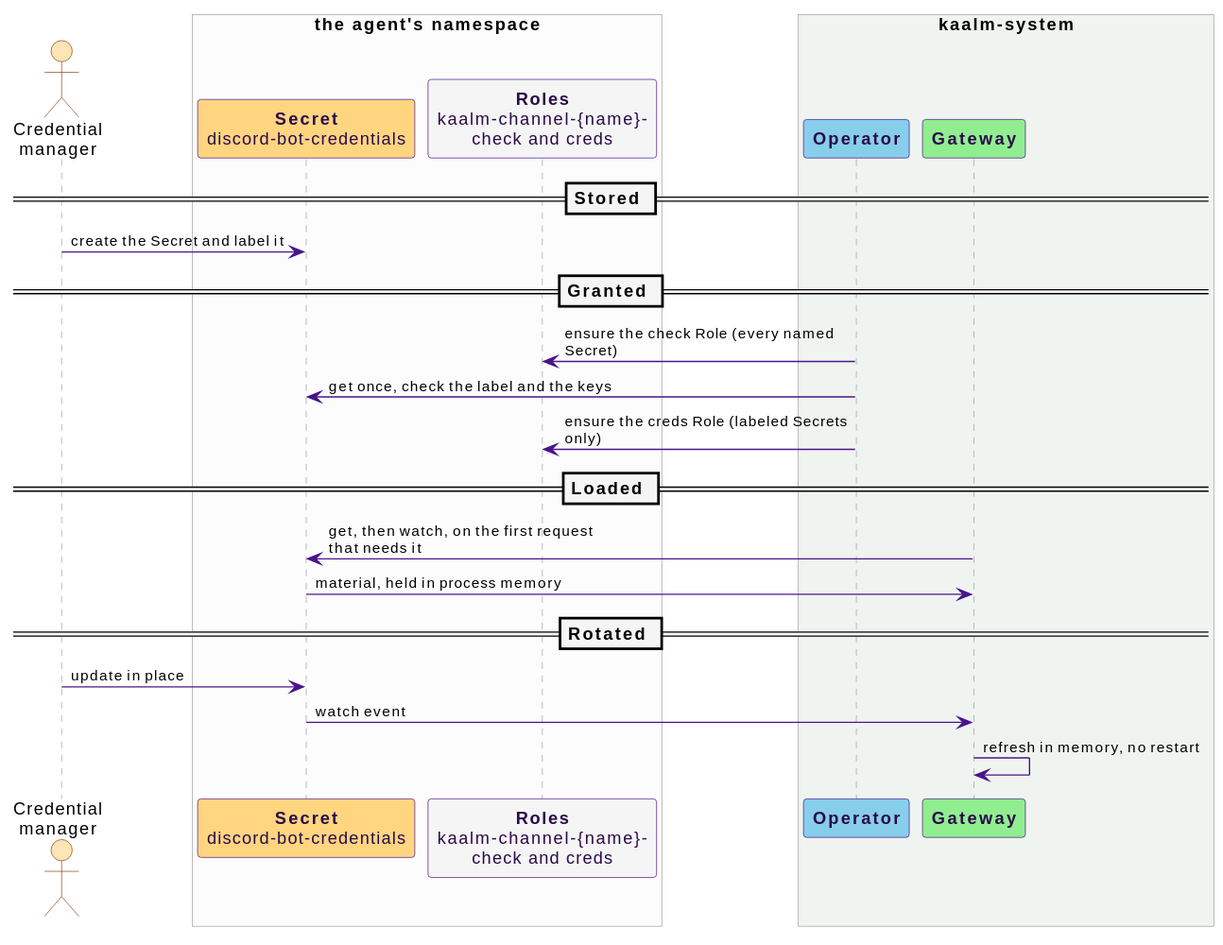
win07xp/kaalm keeps this PlantUML diagram as docs/src/diagrams/channel-credential-grant.svg. Above is the earlier version.
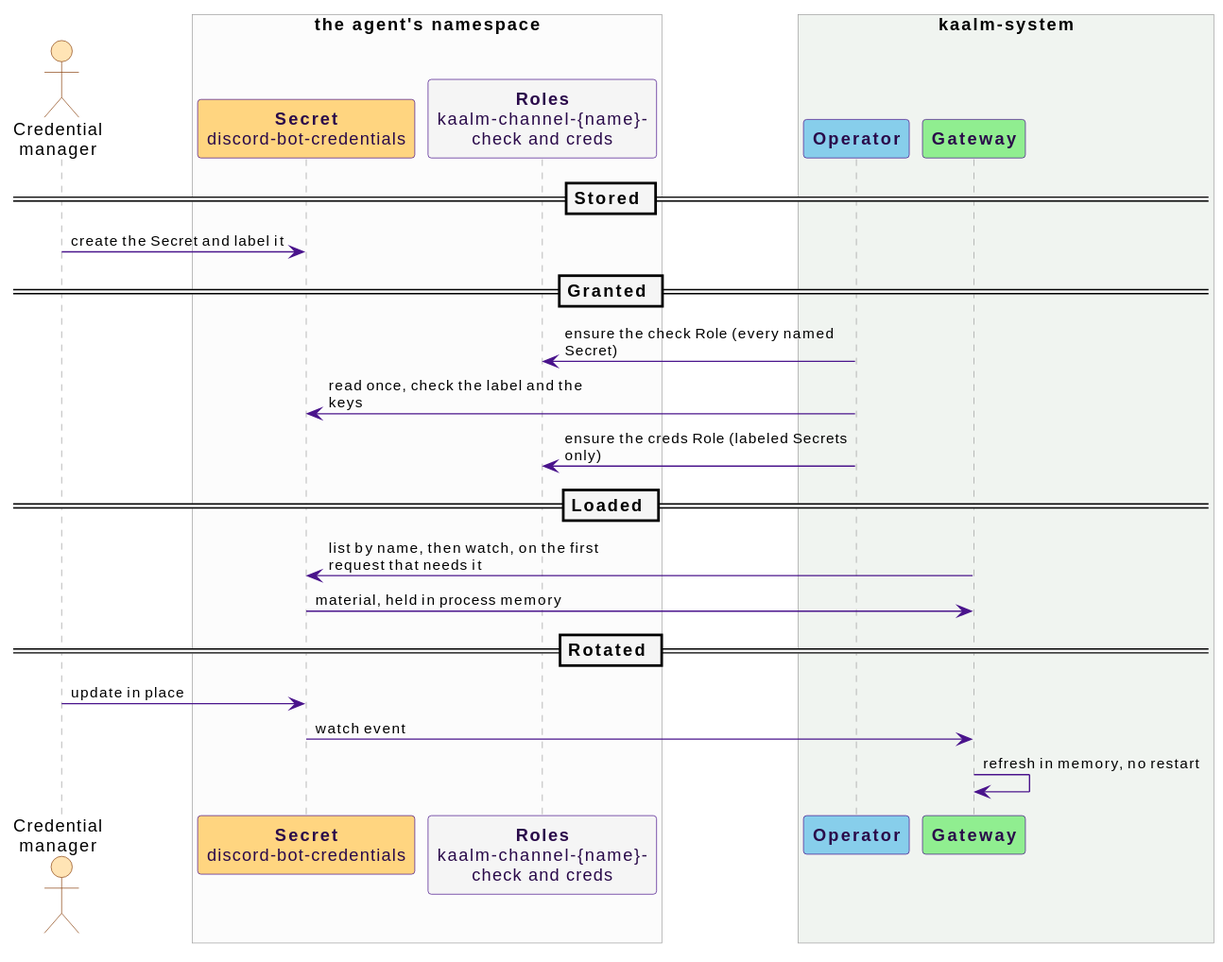
The same file after the commit.

Change to the diagram source:
```diff
@@ -14,10 +14,10 @@
 PE -> SEC : create the Secret and label it
 == Granted ==
 OP -> ROLE : ensure the check Role (every named Secret)
-OP -> SEC : get once, check the label and the keys
+OP -> SEC : read once, check the label and the keys
 OP -> ROLE : ensure the creds Role (labeled Secrets only)
 == Loaded ==
-GW -> SEC : get, then watch, on the first request that needs it
+GW -> SEC : list by name, then watch, on the first request that needs it
 SEC -> GW : material, held in process memory
 == Rotated ==
 PE -> SEC : update in place
```
